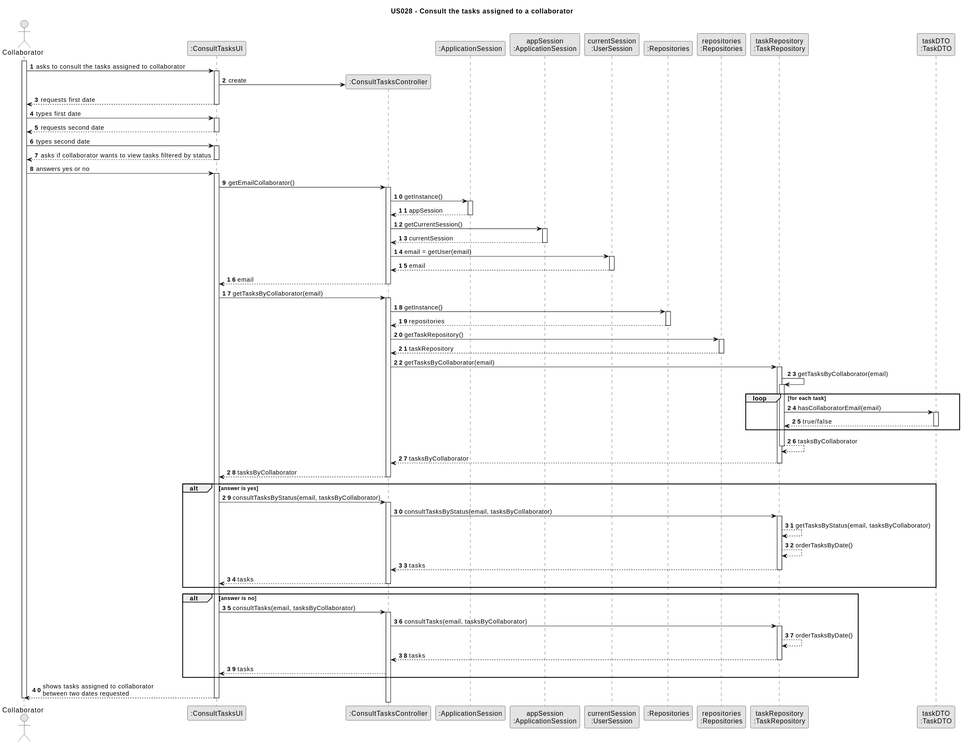
Departamento-de-Engenharia-Informatica/lei-24-s2-1dm-g132 keeps this PlantUML diagram as docs/sprintC/us028/03.design/svg/us028-sequence-diagram-full.svg. Above is the earlier version.
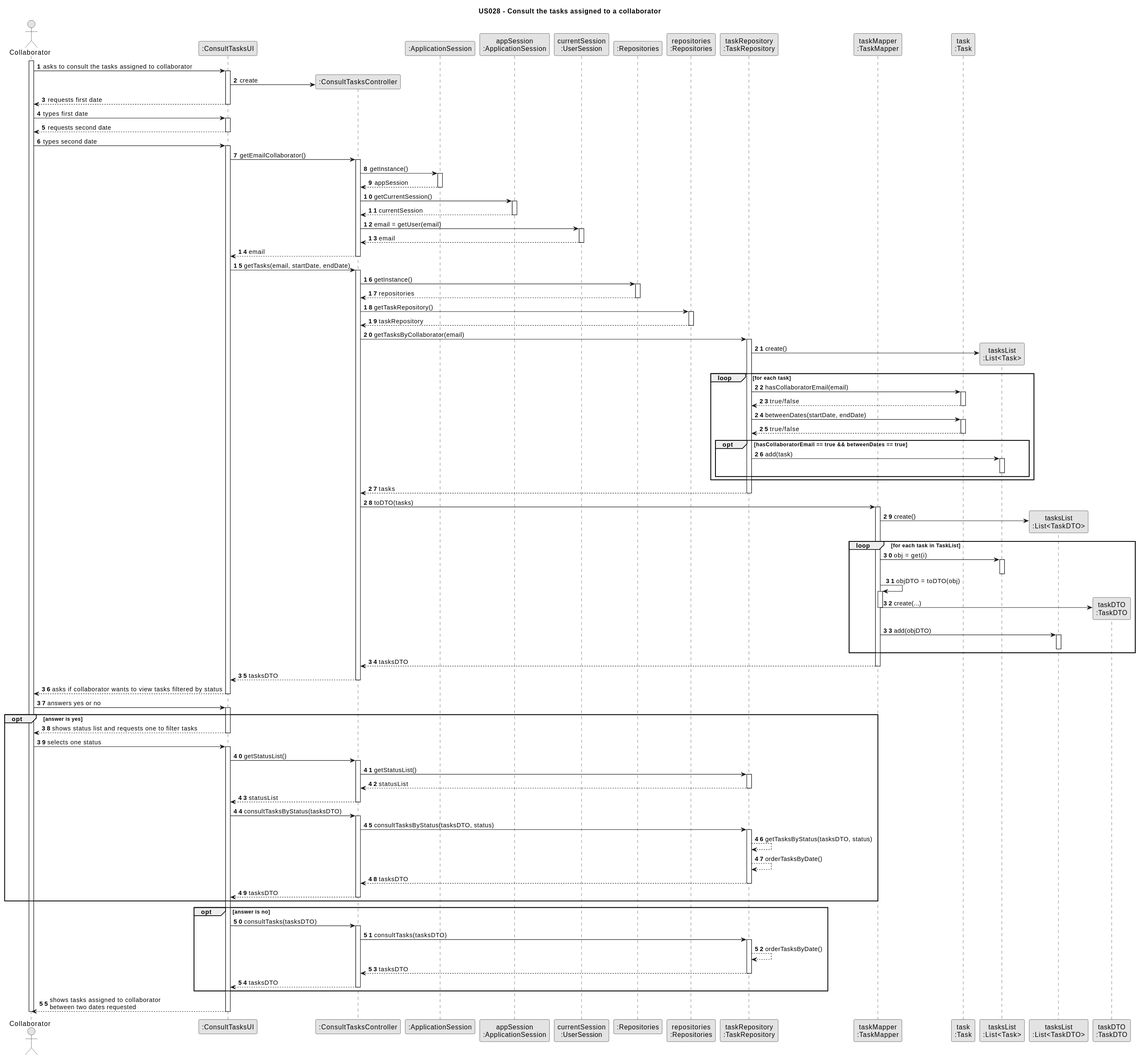
After the commit.

Commit message:
US28 changes on sequence diagram full and partials

The edit, as a diff of the source:
```diff
@@ -16,6 +16,10 @@
 participant ":Repositories" as RepositorySingleton
 participant "repositories\n:Repositories" as PLAT
 participant "taskRepository\n:TaskRepository" as TaskRepository
+participant "taskMapper\n:TaskMapper" as TaskMapper
+participant "task\n:Task" as Task
+participant "tasksList\n:List<Task>" as TasksList
+participant "tasksList\n:List<TaskDTO>" as TasksListDTO
 participant "taskDTO\n:TaskDTO" as TaskDTO
 
 activate Employee
@@ -35,12 +39,6 @@
     deactivate UI
 
     Employee -> UI : types second date
-    activate UI
-
-    UI --> Employee : asks if collaborator wants to view tasks filtered by status
-    deactivate UI
-
-    Employee -> UI : answers yes or no
     activate UI
 
     UI -> CTRL : getEmailCollaborator()
@@ -67,72 +65,129 @@
     CTRL --> UI : email
     deactivate CTRL
 
-    UI -> CTRL : getTasksByCollaborator(email)
+    UI -> CTRL : getTasks(email, startDate, endDate)
     activate CTRL
 
-    CTRL -> RepositorySingleton : getInstance()
-    activate RepositorySingleton
+        CTRL -> RepositorySingleton : getInstance()
+        activate RepositorySingleton
 
-    RepositorySingleton --> CTRL: repositories
-    deactivate RepositorySingleton
+        RepositorySingleton --> CTRL: repositories
+        deactivate RepositorySingleton
 
-    CTRL -> PLAT : getTaskRepository()
-    activate PLAT
+        CTRL -> PLAT : getTaskRepository()
+        activate PLAT
 
-    PLAT --> CTRL: taskRepository
-    deactivate PLAT
+        PLAT --> CTRL: taskRepository
+        deactivate PLAT
 
-    CTRL -> TaskRepository : getTasksByCollaborator(email)
-    activate TaskRepository
-    TaskRepository -> TaskRepository : getTasksByCollaborator(email)
-    activate TaskRepository
-    loop for each task
-    TaskRepository -> TaskDTO : hasCollaboratorEmail(email)
-    activate TaskDTO
-    TaskDTO --> TaskRepository : true/false
-    deactivate TaskDTO
-    end
-    TaskRepository --> TaskRepository : tasksByCollaborator
-    deactivate TaskRepository
-
-
-    TaskRepository --> CTRL : tasksByCollaborator
-    deactivate TaskRepository
-
-    CTRL --> UI : tasksByCollaborator
-    deactivate CTRL
-
-
-    alt answer is yes
-        UI -> CTRL : consultTasksByStatus(email, tasksByCollaborator)
-        activate CTRL
-
-        CTRL -> TaskRepository : consultTasksByStatus(email, tasksByCollaborator)
+        CTRL -> TaskRepository : getTasksByCollaborator(email)
         activate TaskRepository
 
-        TaskRepository --> TaskRepository : getTasksByStatus(email, tasksByCollaborator)
-        TaskRepository --> TaskRepository : orderTasksByDate()
+        TaskRepository -> TasksList ** : create()
+        loop for each task
+        TaskRepository -> Task : hasCollaboratorEmail(email)
+        activate Task
+
+        Task --> TaskRepository : true/false
+        deactivate Task
+
+        TaskRepository -> Task : betweenDates(startDate, endDate)
+        activate Task
+
+        Task --> TaskRepository : true/false
+        deactivate Task
+
+        opt hasCollaboratorEmail == true && betweenDates == true
+            TaskRepository -> TasksList : add(task)
+            activate TasksList
+            deactivate TasksList
+        end opt
+
+        end loop
+
         TaskRepository --> CTRL : tasks
         deactivate TaskRepository
 
-        CTRL --> UI : tasks
-        deactivate CTRL
-    end
+        CTRL -> TaskMapper : toDTO(tasks)
+        activate TaskMapper
 
-    alt answer is no
-        UI -> CTRL : consultTasks(email, tasksByCollaborator)
+        TaskMapper -> TasksListDTO ** : create()
+        loop for each task in TaskList
+        TaskMapper -> TasksList : obj = get(i)
+        activate TasksList
+        deactivate TasksList
+
+        TaskMapper -> TaskMapper : objDTO = toDTO(obj)
+        activate TaskMapper
+
+        TaskMapper -> TaskDTO ** : create(...)
+        deactivate TaskMapper
+
+        TaskMapper -> TasksListDTO : add(objDTO)
+        activate TasksListDTO
+        deactivate TasksListDTO
+
+        end loop
+
+        TaskMapper --> CTRL : tasksDTO
+        deactivate TaskMapper
+
+    CTRL --> UI : tasksDTO
+    deactivate CTRL
+
+    UI --> Employee : asks if collaborator wants to view tasks filtered by status
+    deactivate UI
+
+    Employee -> UI : answers yes or no
+    activate UI
+
+    opt answer is yes
+        UI --> Employee : shows status list and requests one to filter tasks
+        deactivate UI
+
+        Employee -> UI : selects one status
+        activate UI
+
+        UI -> CTRL : getStatusList()
         activate CTRL
 
-        CTRL -> TaskRepository : consultTasks(email, tasksByCollaborator)
+        CTRL -> TaskRepository : getStatusList()
+        activate TaskRepository
+
+        TaskRepository --> CTRL : statusList
+        deactivate TaskRepository
+
+        CTRL --> UI : statusList
+        deactivate CTRL
+
+        UI -> CTRL : consultTasksByStatus(tasksDTO)
+        activate CTRL
+
+        CTRL -> TaskRepository : consultTasksByStatus(tasksDTO, status)
+        activate TaskRepository
+
+        TaskRepository --> TaskRepository : getTasksByStatus(tasksDTO, status)
+        TaskRepository --> TaskRepository : orderTasksByDate()
+        TaskRepository --> CTRL : tasksDTO
+        deactivate TaskRepository
+
+        CTRL --> UI : tasksDTO
+        deactivate CTRL
+    end opt
+
+    opt answer is no
+        UI -> CTRL : consultTasks(tasksDTO)
+        activate CTRL
+
+        CTRL -> TaskRepository : consultTasks(tasksDTO)
         activate TaskRepository
 
         TaskRepository --> TaskRepository : orderTasksByDate()
-        TaskRepository --> CTRL : tasks
+        TaskRepository --> CTRL : tasksDTO
         deactivate TaskRepository
-
-        CTRL --> UI : tasks
-    end
-
+        CTRL --> UI : tasksDTO
+        deactivate CTRL
+    end opt
 
     UI --> Employee : shows tasks assigned to collaborator \nbetween two dates requested
     deactivate UI
```
